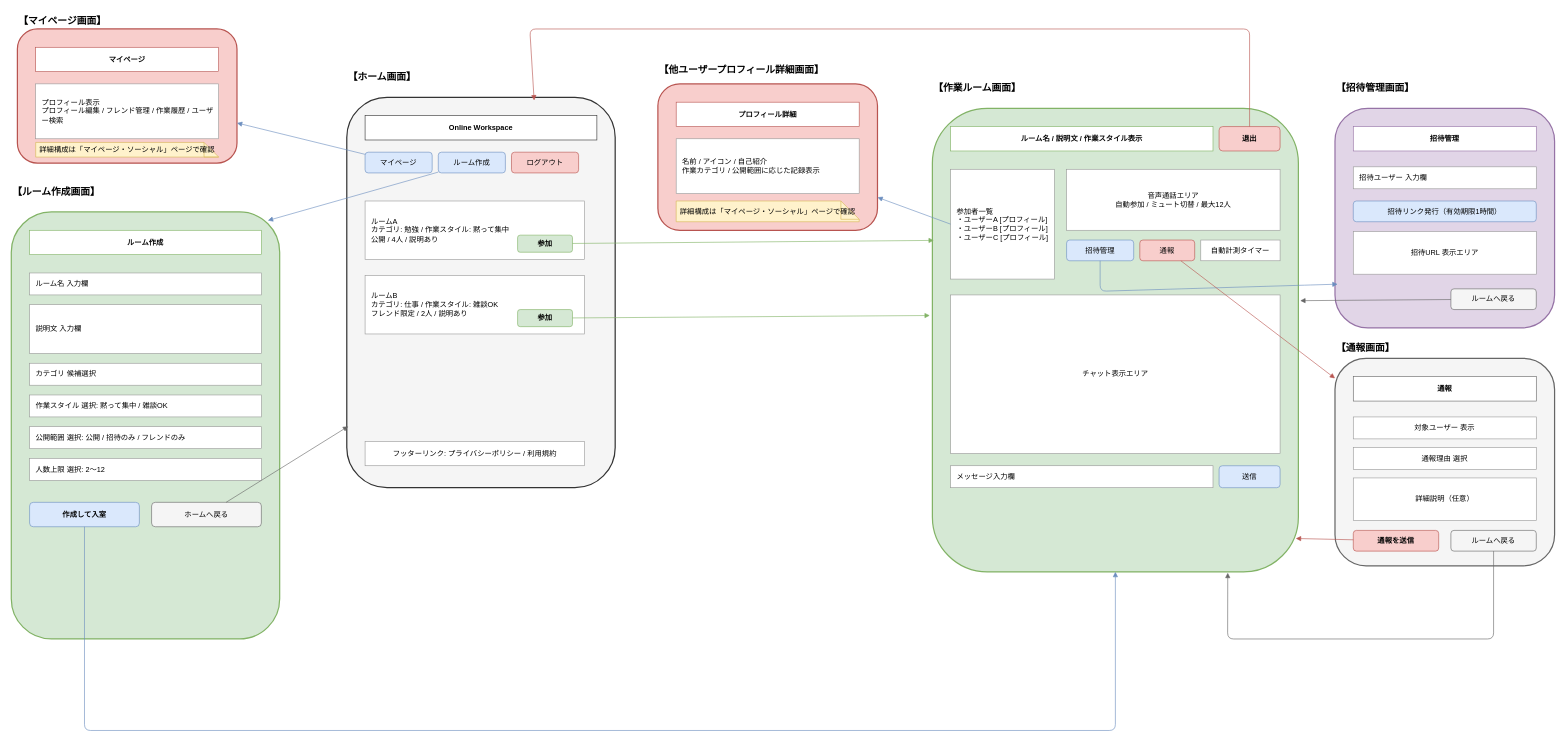
Earlier version of the draw.io diagram page "ホーム・ルーム" (2 of 4) of docs/screen_wireframe.drawio (yuu-ux/online-workspace). Source tidied: cells renumbered, new cells numbered last; positions are measured from the earlier drawing's top-left corner, leaving out a move shared by most shapes. Both pictures are drawn from the tidied source at 61%, with x=0, y=0 at pixel (11, 10).
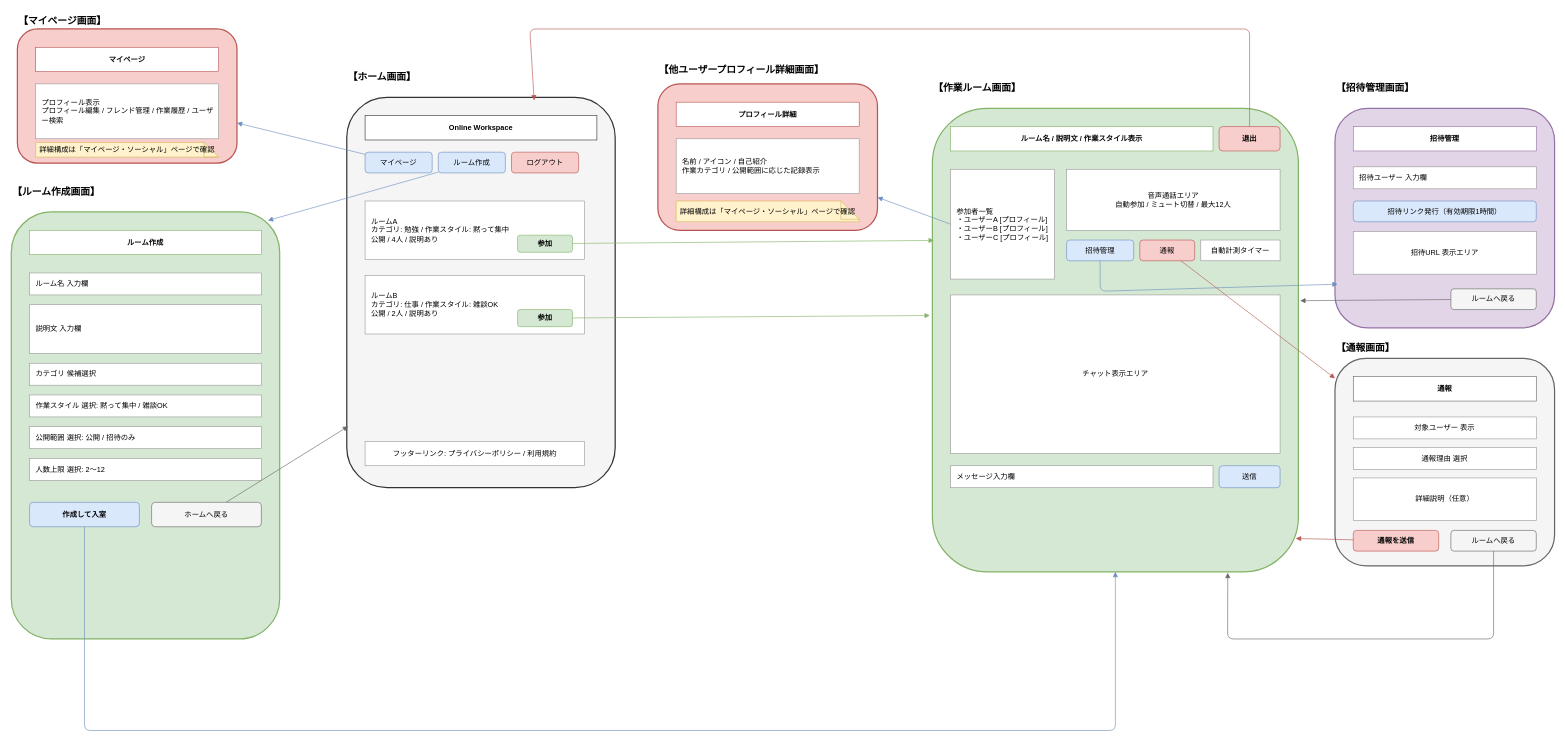
The same diagram, later.

Diff of the diagram source:
```diff
@@
-    <mxCell id="10" value="ルームB&#10;カテゴリ: 仕事 / 作業スタイル: 雑談OK&#10;フレンド限定 / 2人 / 説明あり" style="rounded=0;whiteSpace=wrap;html=1;fillColor=#ffffff;strokeColor=#999999;align=left;spacingLeft=8;" parent="1" vertex="1">
+    <mxCell id="10" value="ルームB&#10;カテゴリ: 仕事 / 作業スタイル: 雑談OK&#10;公開 / 2人 / 説明あり" style="rounded=0;whiteSpace=wrap;html=1;fillColor=#ffffff;strokeColor=#999999;align=left;spacingLeft=8;" parent="1" vertex="1">
       <mxGeometry x="580" y="434" width="360" height="96" as="geometry" />
     </mxCell>
@@
-    <mxCell id="20" value="公開範囲 選択: 公開 / 招待のみ / フレンドのみ" style="rounded=0;whiteSpace=wrap;html=1;fillColor=#ffffff;strokeColor=#999999;align=left;spacingLeft=8;" parent="1" vertex="1">
+    <mxCell id="20" value="公開範囲 選択: 公開 / 招待のみ" style="rounded=0;whiteSpace=wrap;html=1;fillColor=#ffffff;strokeColor=#999999;align=left;spacingLeft=8;" parent="1" vertex="1">
       <mxGeometry x="30" y="682" width="380" height="36" as="geometry" />
     </mxCell>
```
